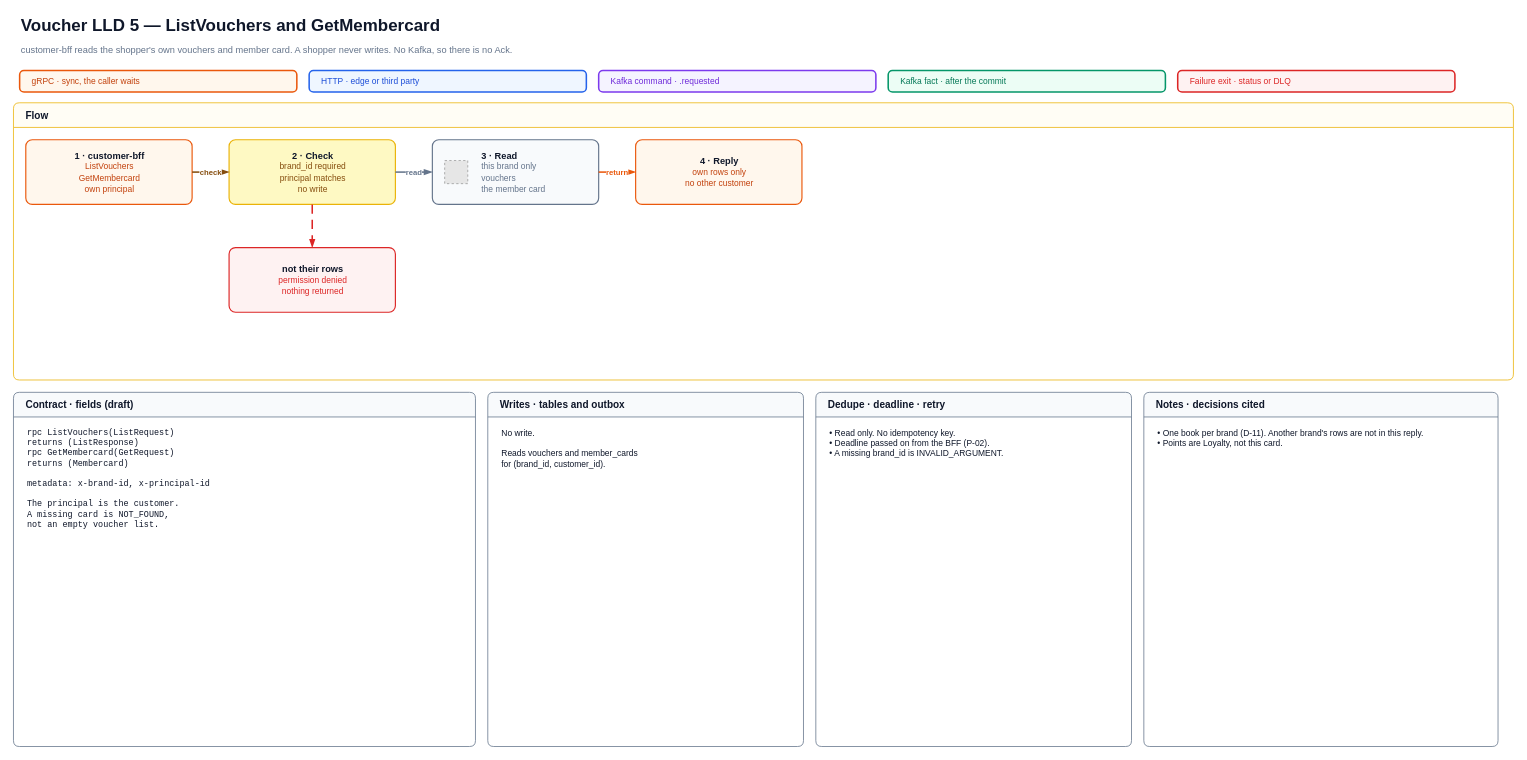
This is page "5 · Reads" (5 of 7) of voucher-and-campaign-diagrams/voucher-campaign-lld.drawio from Leakageonthelamp/nexa-platform-achitecture, a draw.io file, before an edit. Source tidied: cells renumbered, new cells numbered last; positions are measured from the earlier drawing's top-left corner, leaving out a move shared by most shapes. Both pictures are drawn from the tidied source at 77%, with x=0, y=0 at pixel (13, 13). Pictures stored in the file or linked from it are replaced by grey dashed boxes.
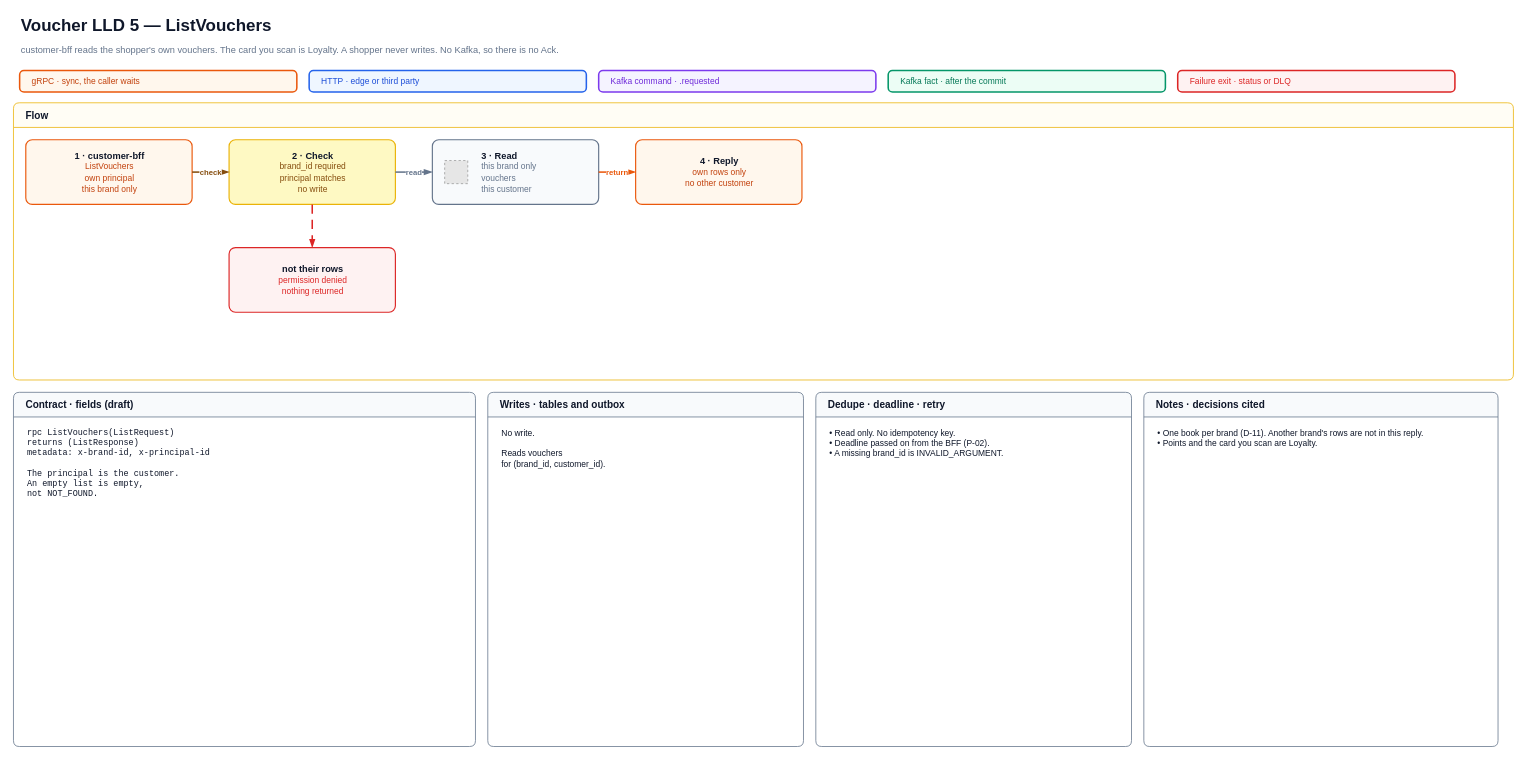
The same page after the edit.

The change refers to these unchanged cells:
```xml
<mxCell id="9" value="Flow" style="swimlane;startSize=32;rounded=1;arcSize=8;html=1;whiteSpace=wrap;fontFamily=Arial;fontSize=13;fontStyle=1;fontColor=#0F172A;horizontal=1;align=left;spacingLeft=14;fillColor=#FFFDF5;strokeColor=#EAB308;" parent="1" vertex="1">
  <mxGeometry y="116" width="1948" height="360" as="geometry" />
</mxCell>
<mxCell id="20" value="Contract · fields (draft)" style="swimlane;startSize=32;rounded=1;arcSize=8;html=1;whiteSpace=wrap;fontFamily=Arial;fontSize=13;fontStyle=1;fontColor=#0F172A;horizontal=1;align=left;spacingLeft=14;fillColor=#F8FAFC;strokeColor=#64748B;" parent="1" vertex="1">
  <mxGeometry y="492" width="600" height="460" as="geometry" />
</mxCell>
<mxCell id="22" value="Writes · tables and outbox" style="swimlane;startSize=32;rounded=1;arcSize=8;html=1;whiteSpace=wrap;fontFamily=Arial;fontSize=13;fontStyle=1;fontColor=#0F172A;horizontal=1;align=left;spacingLeft=14;fillColor=#F8FAFC;strokeColor=#64748B;" parent="1" vertex="1">
  <mxGeometry x="616" y="492" width="410" height="460" as="geometry" />
</mxCell>
<mxCell id="26" value="Notes · decisions cited" style="swimlane;startSize=32;rounded=1;arcSize=8;html=1;whiteSpace=wrap;fontFamily=Arial;fontSize=13;fontStyle=1;fontColor=#0F172A;horizontal=1;align=left;spacingLeft=14;fillColor=#F8FAFC;strokeColor=#64748B;" parent="1" vertex="1">
  <mxGeometry x="1468" y="492" width="460" height="460" as="geometry" />
</mxCell>
```

What changed in the source:
```diff
@@
-    <mxCell id="2" value="Voucher LLD 5 — ListVouchers and GetMembercard" style="text;html=1;whiteSpace=wrap;align=left;verticalAlign=middle;fontSize=22;fontColor=#0F172A;fontFamily=Arial;fontStyle=1;" parent="1" vertex="1">
+    <mxCell id="2" value="Voucher LLD 5 — ListVouchers" style="text;html=1;whiteSpace=wrap;align=left;verticalAlign=middle;fontSize=22;fontColor=#0F172A;fontFamily=Arial;fontStyle=1;" parent="1" vertex="1">
       <mxGeometry x="8" width="1920" height="32" as="geometry" />
     </mxCell>
-    <mxCell id="3" value="customer-bff reads the shopper's own vouchers and member card. A shopper never writes. No Kafka, so there is no Ack." style="text;html=1;whiteSpace=wrap;align=left;verticalAlign=top;fontSize=12;fontColor=#64748B;fontFamily=Arial;" parent="1" vertex="1">
+    <mxCell id="3" value="customer-bff reads the shopper's own vouchers. The card you scan is Loyalty. A shopper never writes. No Kafka, so there is no Ack." style="text;html=1;whiteSpace=wrap;align=left;verticalAlign=top;fontSize=12;fontColor=#64748B;fontFamily=Arial;" parent="1" vertex="1">
       <mxGeometry x="8" y="34" width="1920" height="34" as="geometry" />
     </mxCell>
@@
-    <mxCell id="10" value="&lt;b&gt;1 · customer-bff&lt;/b&gt;&lt;br&gt;&lt;font color=&quot;#C2410C&quot; style=&quot;font-size:11px&quot;&gt;ListVouchers&lt;/font&gt;&lt;br&gt;&lt;font color=&quot;#C2410C&quot; style=&quot;font-size:11px&quot;&gt;GetMembercard&lt;/font&gt;&lt;br&gt;&lt;font color=&quot;#C2410C&quot; style=&quot;font-size:11px&quot;&gt;own principal&lt;/font&gt;" style="rounded=1;arcSize=10;whiteSpace=wrap;html=1;fontFamily=Arial;fontSize=12;fontColor=#0F172A;verticalAlign=middle;align=center;spacingRight=8;strokeWidth=1.5;spacingLeft=10;fillColor=#FFF7ED;strokeColor=#EA580C;" parent="9" vertex="1">
+    <mxCell id="10" value="&lt;b&gt;1 · customer-bff&lt;/b&gt;&lt;br&gt;&lt;font color=&quot;#C2410C&quot; style=&quot;font-size:11px&quot;&gt;ListVouchers&lt;/font&gt;&lt;br&gt;&lt;font color=&quot;#C2410C&quot; style=&quot;font-size:11px&quot;&gt;own principal&lt;/font&gt;&lt;br&gt;&lt;font color=&quot;#C2410C&quot; style=&quot;font-size:11px&quot;&gt;this brand only&lt;/font&gt;" style="rounded=1;arcSize=10;whiteSpace=wrap;html=1;fontFamily=Arial;fontSize=12;fontColor=#0F172A;verticalAlign=middle;align=center;spacingRight=8;strokeWidth=1.5;spacingLeft=10;fillColor=#FFF7ED;strokeColor=#EA580C;" parent="9" vertex="1">
       <mxGeometry x="16" y="48" width="216" height="84" as="geometry" />
     </mxCell>
@@
-    <mxCell id="13" value="&lt;b&gt;3 · Read&lt;/b&gt;&lt;br&gt;&lt;font color=&quot;#64748B&quot; style=&quot;font-size:11px&quot;&gt;this brand only&lt;/font&gt;&lt;br&gt;&lt;font color=&quot;#64748B&quot; style=&quot;font-size:11px&quot;&gt;vouchers&lt;/font&gt;&lt;br&gt;&lt;font color=&quot;#64748B&quot; style=&quot;font-size:11px&quot;&gt;the member card&lt;/font&gt;" style="rounded=1;arcSize=10;whiteSpace=wrap;html=1;fontFamily=Arial;fontSize=12;fontColor=#0F172A;verticalAlign=middle;align=left;spacingRight=8;strokeWidth=1.5;spacingLeft=62;fillColor=#F8FAFC;strokeColor=#64748B;" parent="9" vertex="1">
+    <mxCell id="13" value="&lt;b&gt;3 · Read&lt;/b&gt;&lt;br&gt;&lt;font color=&quot;#64748B&quot; style=&quot;font-size:11px&quot;&gt;this brand only&lt;/font&gt;&lt;br&gt;&lt;font color=&quot;#64748B&quot; style=&quot;font-size:11px&quot;&gt;vouchers&lt;/font&gt;&lt;br&gt;&lt;font color=&quot;#64748B&quot; style=&quot;font-size:11px&quot;&gt;this customer&lt;/font&gt;" style="rounded=1;arcSize=10;whiteSpace=wrap;html=1;fontFamily=Arial;fontSize=12;fontColor=#0F172A;verticalAlign=middle;align=left;spacingRight=8;strokeWidth=1.5;spacingLeft=62;fillColor=#F8FAFC;strokeColor=#64748B;" parent="9" vertex="1">
       <mxGeometry x="544" y="48" width="216" height="84" as="geometry" />
     </mxCell>
@@
-    <mxCell id="21" value="rpc ListVouchers(ListRequest)&lt;br&gt;returns (ListResponse)&lt;br&gt;rpc GetMembercard(GetRequest)&lt;br&gt;returns (Membercard)&lt;br&gt;&lt;br&gt;metadata: x-brand-id, x-principal-id&lt;br&gt;&lt;br&gt;The principal is the customer.&lt;br&gt;A missing card is NOT_FOUND,&lt;br&gt;not an empty voucher list." style="text;html=1;whiteSpace=wrap;align=left;verticalAlign=top;fontSize=11;fontColor=#0F172A;fontFamily=Courier New;" parent="20" vertex="1">
+    <mxCell id="21" value="rpc ListVouchers(ListRequest)&lt;br&gt;returns (ListResponse)&lt;br&gt;metadata: x-brand-id, x-principal-id&lt;br&gt;&lt;br&gt;The principal is the customer.&lt;br&gt;An empty list is empty,&lt;br&gt;not NOT_FOUND." style="text;html=1;whiteSpace=wrap;align=left;verticalAlign=top;fontSize=11;fontColor=#0F172A;fontFamily=Courier New;" parent="20" vertex="1">
       <mxGeometry x="16" y="40" width="568" height="404" as="geometry" />
     </mxCell>
@@
-    <mxCell id="23" value="No write.&lt;br&gt;&lt;br&gt;Reads vouchers and member_cards&lt;br&gt;for (brand_id, customer_id)." style="text;html=1;whiteSpace=wrap;align=left;verticalAlign=top;fontSize=11;fontColor=#0F172A;fontFamily=Arial;" parent="22" vertex="1">
+    <mxCell id="23" value="No write.&lt;br&gt;&lt;br&gt;Reads vouchers&lt;br&gt;for (brand_id, customer_id)." style="text;html=1;whiteSpace=wrap;align=left;verticalAlign=top;fontSize=11;fontColor=#0F172A;fontFamily=Arial;" parent="22" vertex="1">
       <mxGeometry x="16" y="40" width="378" height="404" as="geometry" />
     </mxCell>
@@
-    <mxCell id="27" value="• One book per brand (D-11). Another brand's rows are not in this reply.&lt;br&gt;• Points are Loyalty, not this card." style="text;html=1;whiteSpace=wrap;align=left;verticalAlign=top;fontSize=11;fontColor=#0F172A;fontFamily=Arial;" parent="26" vertex="1">
+    <mxCell id="27" value="• One book per brand (D-11). Another brand's rows are not in this reply.&lt;br&gt;• Points and the card you scan are Loyalty." style="text;html=1;whiteSpace=wrap;align=left;verticalAlign=top;fontSize=11;fontColor=#0F172A;fontFamily=Arial;" parent="26" vertex="1">
       <mxGeometry x="16" y="40" width="428" height="404" as="geometry" />
     </mxCell>
```
